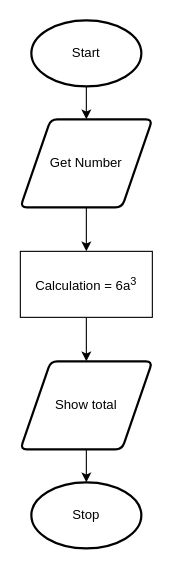
Above: Cube SA (flowchart).drawio in Dahrio-Francois/ICS3U-Assignment2-Python (draw.io), before the change. Source tidied: cells renumbered, new cells numbered last; positions are measured from the earlier drawing's top-left corner, leaving out a move shared by most shapes. Both pictures are drawn from the tidied source at 110%, with x=0, y=0 at pixel (20, 20).
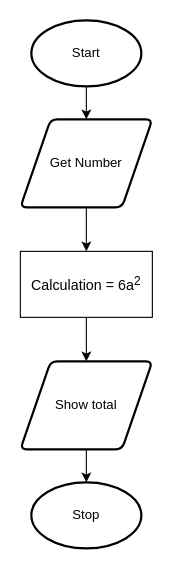
The same diagram, later.

Commit message (it also covers changes not shown here):
made changes to Cube SA Top-Down and Flowchart Designs

Change to the diagram source:
```diff
@@
 <mxGraphModel>
   <root>
     <mxCell id="0" />
     <mxCell id="1" parent="0" />
     <mxCell id="2" style="edgeStyle=orthogonalEdgeStyle;html=1;entryX=0.5;entryY=0;entryDx=0;entryDy=0;" parent="1" edge="1" source="3" target="5">
       <mxGeometry relative="1" as="geometry" />
     </mxCell>
     <mxCell id="3" value="Start" style="strokeWidth=2;html=1;shape=mxgraph.flowchart.start_1;whiteSpace=wrap;" parent="1" vertex="1">
       <mxGeometry x="10" width="100" height="60" as="geometry" />
     </mxCell>
     <mxCell id="4" style="edgeStyle=orthogonalEdgeStyle;html=1;" parent="1" edge="1" source="5" target="7">
       <mxGeometry relative="1" as="geometry" />
     </mxCell>
     <mxCell id="5" value="Get Number" style="shape=parallelogram;html=1;strokeWidth=2;perimeter=parallelogramPerimeter;whiteSpace=wrap;rounded=1;arcSize=12;size=0.23;" parent="1" vertex="1">
       <mxGeometry y="90" width="120" height="80" as="geometry" />
     </mxCell>
     <mxCell id="6" style="edgeStyle=orthogonalEdgeStyle;rounded=0;html=1;entryX=0.5;entryY=0;entryDx=0;entryDy=0;" parent="1" edge="1" source="7" target="9">
       <mxGeometry relative="1" as="geometry" />
     </mxCell>
-    <mxCell id="7" value="Calculation = 6a&lt;sup&gt;3&lt;/sup&gt;" style="rounded=0;whiteSpace=wrap;html=1;" parent="1" vertex="1">
+    <mxCell id="7" value="&lt;font style=&quot;font-size: 13px&quot;&gt;Calculation = 6a&lt;sup&gt;2&lt;/sup&gt;&lt;/font&gt;" style="rounded=0;whiteSpace=wrap;html=1;" parent="1" vertex="1">
       <mxGeometry y="210" width="120" height="60" as="geometry" />
     </mxCell>
     <mxCell id="8" style="edgeStyle=orthogonalEdgeStyle;html=1;entryX=0.5;entryY=0;entryDx=0;entryDy=0;entryPerimeter=0;rounded=0;" parent="1" edge="1" source="9" target="10">
       <mxGeometry relative="1" as="geometry" />
     </mxCell>
     <mxCell id="9" value="Show total" style="shape=parallelogram;html=1;strokeWidth=2;perimeter=parallelogramPerimeter;whiteSpace=wrap;rounded=1;arcSize=12;size=0.23;" parent="1" vertex="1">
       <mxGeometry y="310" width="120" height="80" as="geometry" />
     </mxCell>
     <mxCell id="10" value="Stop" style="strokeWidth=2;html=1;shape=mxgraph.flowchart.start_1;whiteSpace=wrap;" parent="1" vertex="1">
       <mxGeometry x="10" y="420" width="100" height="60" as="geometry" />
     </mxCell>
   </root>
 </mxGraphModel>
```
